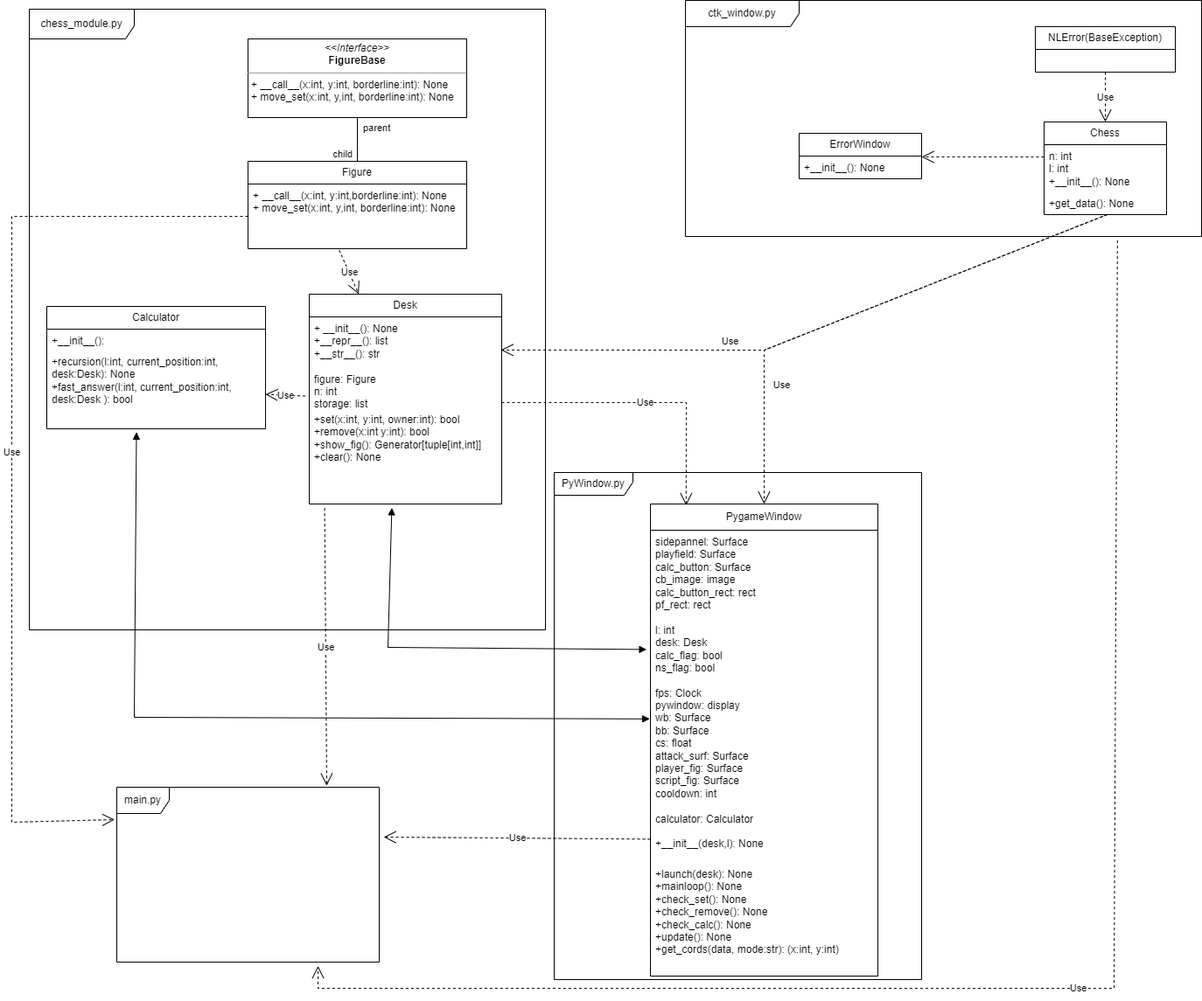
This is Second_Half/cours paper/UML.png from KobraTF/SMTU-first-course, a draw.io export, as it was before one commit. Source tidied: cells renumbered, new cells last; positions are measured from the earlier drawing's top-left corner, leaving out a move shared by most shapes. Source of this version:
```xml
<mxGraphModel>
  <root>
    <mxCell id="0" />
    <mxCell id="1" parent="0" />
    <mxCell id="2" value="&lt;p style=&quot;margin:0px;margin-top:4px;text-align:center;&quot;&gt;&lt;i&gt;&amp;lt;&amp;lt;Interface&amp;gt;&amp;gt;&lt;/i&gt;&lt;br&gt;&lt;b&gt;FigureBase&lt;/b&gt;&lt;/p&gt;&lt;hr size=&quot;1&quot;&gt;&lt;p style=&quot;margin:0px;margin-left:4px;&quot;&gt;+ __call__(x:int, y:int, borderline:int): None&lt;br&gt;+ move_set(x:int, y,int, borderline:int): None&lt;/p&gt;" style="verticalAlign=top;align=left;overflow=fill;fontSize=12;fontFamily=Helvetica;html=1;whiteSpace=wrap;points=[[0,0,0,0,0],[0,0.25,0,0,0],[0,0.5,0,0,0],[0,0.75,0,0,0],[0,1,0,0,0],[0.25,0,0,0,0],[0.25,1,0,0,0],[0.5,0,0,0,0],[0.5,1,0,0,0],[0.75,0,0,0,0],[0.75,1,0,0,0],[1,0,0,0,0],[1,0.25,0,0,0],[1,0.5,0,0,0],[1,0.75,0,0,0],[1,1,0,0,0]];" parent="1" vertex="1">
      <mxGeometry x="270" y="44" width="250" height="90" as="geometry" />
    </mxCell>
    <mxCell id="3" value="Figure" style="swimlane;fontStyle=0;horizontal=1;startSize=26;fillColor=none;whiteSpace=wrap;html=1;" parent="1" vertex="1">
      <mxGeometry x="270" y="184" width="250" height="100" as="geometry" />
    </mxCell>
    <mxCell id="4" value="+ __call__(x:int, y:int,borderline:int): None&lt;br&gt;+ move_set(x:int, y,int, borderline:int): None" style="text;strokeColor=none;fillColor=none;align=left;verticalAlign=top;spacingLeft=4;spacingRight=4;overflow=hidden;points=[[0,0.5],[1,0.5]];portConstraint=eastwest;whiteSpace=wrap;html=1;" parent="3" vertex="1">
      <mxGeometry y="26" width="250" height="74" as="geometry" />
    </mxCell>
    <mxCell id="5" value="Desk" style="swimlane;fontStyle=0;horizontal=1;startSize=26;fillColor=none;whiteSpace=wrap;html=1;" parent="1" vertex="1">
      <mxGeometry x="340" y="336" width="220" height="240" as="geometry" />
    </mxCell>
    <mxCell id="6" value="+ __init__(): None&lt;br&gt;+__repr__(): list&lt;br&gt;+__str__(): str&lt;br&gt;&lt;br&gt;figure: Figure&lt;br&gt;n: int&lt;br&gt;storage: list" style="text;strokeColor=none;fillColor=none;align=left;verticalAlign=top;spacingLeft=4;spacingRight=4;overflow=hidden;points=[[0,0.5],[1,0.5]];portConstraint=eastwest;whiteSpace=wrap;html=1;" parent="5" vertex="1">
      <mxGeometry y="26" width="220" height="104" as="geometry" />
    </mxCell>
    <mxCell id="7" value="+set(x:int, y:int, owner:int): bool&lt;br&gt;+remove(x:int y:int): bool&lt;br&gt;+show_fig(): Generator[tuple[int,int]]&lt;br&gt;+clear(): None" style="text;strokeColor=none;fillColor=none;align=left;verticalAlign=top;spacingLeft=4;spacingRight=4;overflow=hidden;points=[[0,0.5],[1,0.5]];portConstraint=eastwest;whiteSpace=wrap;html=1;" parent="5" vertex="1">
      <mxGeometry y="130" width="220" height="110" as="geometry" />
    </mxCell>
    <mxCell id="8" style="endArrow=none;html=1;edgeStyle=orthogonalEdgeStyle;rounded=0;" parent="1" edge="1" source="2" target="3">
      <mxGeometry relative="1" as="geometry" />
    </mxCell>
    <mxCell id="9" value="parent" style="edgeLabel;html=1;align=left;verticalAlign=bottom;" parent="8" vertex="1">
      <mxGeometry x="-1" relative="1" as="geometry">
        <mxPoint x="5" y="20" as="offset" />
      </mxGeometry>
    </mxCell>
    <mxCell id="10" value="child" style="edgeLabel;html=1;align=right;verticalAlign=bottom;" parent="8" vertex="1">
      <mxGeometry x="1" relative="1" as="geometry">
        <mxPoint x="-5" as="offset" />
      </mxGeometry>
    </mxCell>
    <mxCell id="11" value="Use" style="endArrow=open;endSize=12;dashed=1;html=1;rounded=0;exitX=0.417;exitY=1.023;exitDx=0;exitDy=0;exitPerimeter=0;" parent="1" edge="1" source="4" target="5">
      <mxGeometry relative="1" as="geometry" />
    </mxCell>
    <mxCell id="12" value="Calculator" style="swimlane;fontStyle=0;horizontal=1;startSize=26;fillColor=none;whiteSpace=wrap;html=1;" parent="1" vertex="1">
      <mxGeometry x="40" y="350" width="250" height="140" as="geometry" />
    </mxCell>
    <mxCell id="13" value="+__init__():" style="text;strokeColor=none;fillColor=none;align=left;verticalAlign=top;spacingLeft=4;spacingRight=4;overflow=hidden;whiteSpace=wrap;html=1;" parent="12" vertex="1">
      <mxGeometry y="26" width="250" height="24" as="geometry" />
    </mxCell>
    <mxCell id="14" value="+recursion(l:int, current_position:int, desk:Desk): None&lt;br&gt;+fast_answer(l:int, current_position:int, desk:Desk ): bool" style="text;strokeColor=none;fillColor=none;align=left;verticalAlign=top;spacingLeft=4;spacingRight=4;overflow=hidden;points=[[0,0.5],[1,0.5]];portConstraint=eastwest;whiteSpace=wrap;html=1;" parent="12" vertex="1">
      <mxGeometry y="50" width="250" height="90" as="geometry" />
    </mxCell>
    <mxCell id="15" value="chess_module.py" style="shape=umlFrame;whiteSpace=wrap;html=1;width=120;height=34;" parent="1" vertex="1">
      <mxGeometry x="20" y="10" width="590" height="710" as="geometry" />
    </mxCell>
    <mxCell id="16" value="ctk_window.py" style="shape=umlFrame;whiteSpace=wrap;html=1;width=130;height=30;" parent="1" vertex="1">
      <mxGeometry x="770" width="590" height="270" as="geometry" />
    </mxCell>
    <mxCell id="17" value="Chess" style="swimlane;fontStyle=0;horizontal=1;startSize=26;fillColor=none;whiteSpace=wrap;html=1;" parent="1" vertex="1">
      <mxGeometry x="1180" y="139" width="140" height="106" as="geometry" />
    </mxCell>
    <mxCell id="18" value="n: int&lt;br&gt;l: int&lt;br&gt;+__init__(): None" style="text;strokeColor=none;fillColor=none;align=left;verticalAlign=top;spacingLeft=4;spacingRight=4;overflow=hidden;whiteSpace=wrap;html=1;" parent="17" vertex="1">
      <mxGeometry y="26" width="140" height="54" as="geometry" />
    </mxCell>
    <mxCell id="19" style="html=1;verticalAlign=middle;endArrow=open;dashed=1;endSize=12;edgeStyle=elbowEdgeStyle;elbow=vertical;curved=0;rounded=0;endFill=1;" parent="17" edge="1" target="21">
      <mxGeometry relative="1" as="geometry">
        <mxPoint y="40" as="sourcePoint" />
      </mxGeometry>
    </mxCell>
    <mxCell id="20" value="+get_data(): None" style="text;strokeColor=none;fillColor=none;align=left;verticalAlign=top;spacingLeft=4;spacingRight=4;overflow=hidden;points=[[0,0.5],[1,0.5]];portConstraint=eastwest;whiteSpace=wrap;html=1;" parent="17" vertex="1">
      <mxGeometry y="80" width="140" height="26" as="geometry" />
    </mxCell>
    <mxCell id="21" value="ErrorWindow" style="swimlane;fontStyle=0;horizontal=1;startSize=26;fillColor=none;whiteSpace=wrap;html=1;" parent="1" vertex="1">
      <mxGeometry x="900" y="152" width="140" height="52" as="geometry" />
    </mxCell>
    <mxCell id="22" value="+__init__(): None" style="text;strokeColor=none;fillColor=none;align=left;verticalAlign=top;spacingLeft=4;spacingRight=4;overflow=hidden;whiteSpace=wrap;html=1;" parent="21" vertex="1">
      <mxGeometry y="26" width="140" height="26" as="geometry" />
    </mxCell>
    <mxCell id="23" value="NLError(BaseException)" style="swimlane;fontStyle=0;horizontal=1;startSize=26;fillColor=none;whiteSpace=wrap;html=1;" parent="1" vertex="1">
      <mxGeometry x="1170" y="30" width="160" height="52" as="geometry" />
    </mxCell>
    <mxCell id="24" value="PyWindow.py" style="shape=umlFrame;whiteSpace=wrap;html=1;width=90;height=26;" parent="1" vertex="1">
      <mxGeometry x="620" y="540" width="420" height="580" as="geometry" />
    </mxCell>
    <mxCell id="25" value="PygameWindow" style="swimlane;fontStyle=0;horizontal=1;startSize=30;fillColor=none;whiteSpace=wrap;html=1;" parent="1" vertex="1">
      <mxGeometry x="730" y="576" width="260" height="540" as="geometry" />
    </mxCell>
    <mxCell id="26" value="sidepannel: Surface&lt;br&gt;playfield: Surface&lt;br&gt;calc_button: Surface&lt;br&gt;cb_image: image&lt;br&gt;calc_button_rect: rect&lt;br&gt;pf_rect: rect&lt;br&gt;&lt;br&gt;l: int&lt;br&gt;desk: Desk&lt;br&gt;calc_flag: bool&lt;br&gt;ns_flag: bool&lt;br&gt;&lt;br&gt;fps: Clock&lt;br&gt;pywindow: display&lt;br&gt;wb: Surface&lt;br&gt;bb: Surface&lt;br&gt;cs: float&lt;br&gt;attack_surf: Surface&lt;br&gt;player_fig: Surface&lt;br&gt;script_fig: Surface&lt;br&gt;cooldown: int&lt;br&gt;&lt;br&gt;calculator: Calculator&lt;br&gt;&lt;br&gt;+__init__(desk,l): None&lt;br&gt;&lt;br&gt;&lt;br&gt;&lt;br&gt;" style="text;strokeColor=none;fillColor=none;align=left;verticalAlign=top;spacingLeft=4;spacingRight=4;overflow=hidden;points=[[0,0.5],[1,0.5]];portConstraint=eastwest;whiteSpace=wrap;html=1;" parent="25" vertex="1">
      <mxGeometry y="30" width="260" height="380" as="geometry" />
    </mxCell>
    <mxCell id="27" value="+launch(desk): None&lt;br&gt;+mainloop(): None&lt;br&gt;+check_set(): None&lt;br&gt;+check_remove(): None&lt;br&gt;+check_calc(): None&lt;br&gt;+update(): None&lt;br&gt;+get_cords(data, mode:str): (x:int, y:int)" style="text;strokeColor=none;fillColor=none;align=left;verticalAlign=top;spacingLeft=4;spacingRight=4;overflow=hidden;whiteSpace=wrap;html=1;" parent="25" vertex="1">
      <mxGeometry y="410" width="260" height="130" as="geometry" />
    </mxCell>
    <mxCell id="28" value="Use" style="endArrow=open;endSize=12;dashed=1;html=1;rounded=0;entryX=0.5;entryY=0;entryDx=0;entryDy=0;exitX=0.5;exitY=1;exitDx=0;exitDy=0;" parent="1" edge="1" source="23" target="17">
      <mxGeometry relative="1" as="geometry" />
    </mxCell>
    <mxCell id="29" value="Use" style="endArrow=open;endSize=12;dashed=1;html=1;rounded=0;exitX=0.512;exitY=1.006;exitDx=0;exitDy=0;exitPerimeter=0;entryX=0.5;entryY=0;entryDx=0;entryDy=0;" parent="1" edge="1" source="20" target="25">
      <mxGeometry x="0.54" y="20" relative="1" as="geometry">
        <Array as="points">
          <mxPoint x="860" y="400" />
        </Array>
      </mxGeometry>
    </mxCell>
    <mxCell id="30" value="Use" style="endArrow=open;endSize=12;dashed=1;html=1;rounded=0;exitX=0.521;exitY=0.989;exitDx=0;exitDy=0;exitPerimeter=0;entryX=0.996;entryY=0.364;entryDx=0;entryDy=0;entryPerimeter=0;" parent="1" edge="1" source="20" target="6">
      <mxGeometry x="0.28" y="-10" relative="1" as="geometry">
        <Array as="points">
          <mxPoint x="860" y="400" />
        </Array>
      </mxGeometry>
    </mxCell>
    <mxCell id="31" value="Use" style="endArrow=open;endSize=12;dashed=1;html=1;rounded=0;entryX=0.157;entryY=0.003;entryDx=0;entryDy=0;entryPerimeter=0;" parent="1" edge="1" target="25">
      <mxGeometry relative="1" as="geometry">
        <mxPoint x="560" y="460" as="sourcePoint" />
        <Array as="points">
          <mxPoint x="771" y="460" />
        </Array>
      </mxGeometry>
    </mxCell>
    <mxCell id="32" value="Use" style="endArrow=open;endSize=12;dashed=1;html=1;rounded=0;exitX=-0.02;exitY=0.871;exitDx=0;exitDy=0;exitPerimeter=0;" parent="1" edge="1" source="6" target="14">
      <mxGeometry relative="1" as="geometry" />
    </mxCell>
    <mxCell id="33" style="endArrow=block;startArrow=block;endFill=1;startFill=1;html=1;rounded=0;exitX=0.41;exitY=1.043;exitDx=0;exitDy=0;exitPerimeter=0;entryX=-0.003;entryY=0.568;entryDx=0;entryDy=0;entryPerimeter=0;" parent="1" edge="1" source="14" target="26">
      <mxGeometry relative="1" as="geometry">
        <Array as="points">
          <mxPoint x="140" y="820" />
        </Array>
      </mxGeometry>
    </mxCell>
    <mxCell id="34" style="endArrow=block;startArrow=block;endFill=1;startFill=1;html=1;rounded=0;exitX=0.429;exitY=1.04;exitDx=0;exitDy=0;exitPerimeter=0;entryX=-0.017;entryY=0.359;entryDx=0;entryDy=0;entryPerimeter=0;" parent="1" edge="1" source="7" target="26">
      <mxGeometry relative="1" as="geometry">
        <Array as="points">
          <mxPoint x="430" y="740" />
        </Array>
      </mxGeometry>
    </mxCell>
    <mxCell id="35" value="main.py" style="shape=umlFrame;whiteSpace=wrap;html=1;" parent="1" vertex="1">
      <mxGeometry x="120" y="900" width="300" height="200" as="geometry" />
    </mxCell>
    <mxCell id="36" value="Use" style="endArrow=open;endSize=12;dashed=1;html=1;rounded=0;exitX=0;exitY=0.5;exitDx=0;exitDy=0;entryX=-0.008;entryY=0.185;entryDx=0;entryDy=0;entryPerimeter=0;" parent="1" edge="1" source="4" target="35">
      <mxGeometry relative="1" as="geometry">
        <Array as="points">
          <mxPoint y="247" />
          <mxPoint y="940" />
        </Array>
      </mxGeometry>
    </mxCell>
    <mxCell id="37" value="Use" style="endArrow=open;endSize=12;dashed=1;html=1;rounded=0;exitX=0.08;exitY=1.043;exitDx=0;exitDy=0;exitPerimeter=0;entryX=0.8;entryY=-0.009;entryDx=0;entryDy=0;entryPerimeter=0;" parent="1" edge="1" source="7" target="35">
      <mxGeometry relative="1" as="geometry" />
    </mxCell>
    <mxCell id="38" value="Use" style="endArrow=open;endSize=12;dashed=1;html=1;rounded=0;exitX=0;exitY=0.93;exitDx=0;exitDy=0;exitPerimeter=0;entryX=1.017;entryY=0.285;entryDx=0;entryDy=0;entryPerimeter=0;" parent="1" edge="1" source="26" target="35">
      <mxGeometry relative="1" as="geometry" />
    </mxCell>
    <mxCell id="39" value="Use" style="endArrow=open;endSize=12;dashed=1;html=1;rounded=0;exitX=0.837;exitY=1.017;exitDx=0;exitDy=0;exitPerimeter=0;entryX=0.767;entryY=1.022;entryDx=0;entryDy=0;entryPerimeter=0;" parent="1" edge="1" source="16" target="35">
      <mxGeometry relative="1" as="geometry">
        <Array as="points">
          <mxPoint x="1260" y="1130" />
          <mxPoint x="350" y="1130" />
        </Array>
      </mxGeometry>
    </mxCell>
  </root>
</mxGraphModel>
```
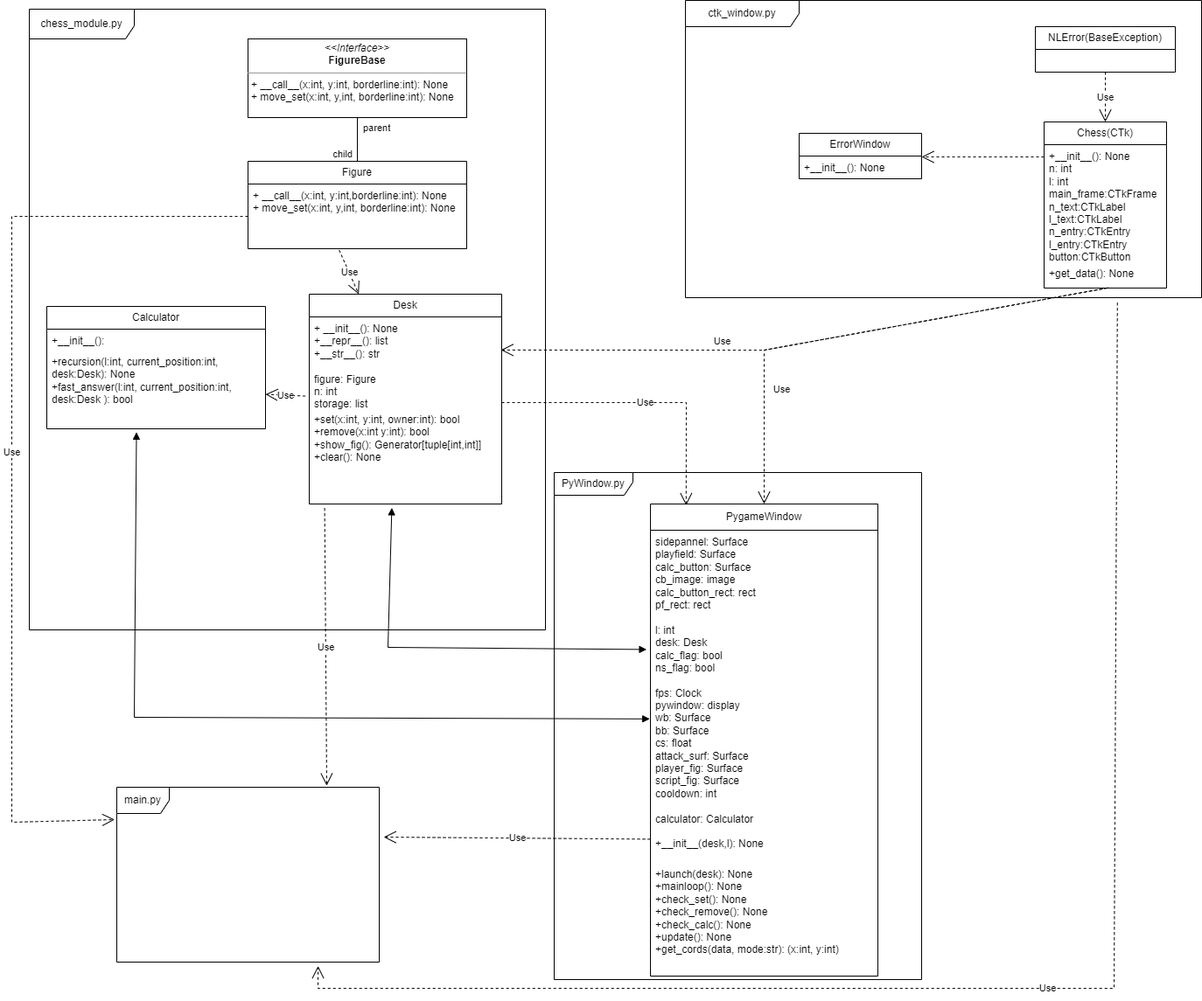
Later version of the same file.

Diff of the diagram source:
```diff
@@ -49,13 +49,13 @@
       <mxGeometry x="20" y="10" width="590" height="710" as="geometry" />
     </mxCell>
     <mxCell id="16" value="ctk_window.py" style="shape=umlFrame;whiteSpace=wrap;html=1;width=130;height=30;" parent="1" vertex="1">
-      <mxGeometry x="770" width="590" height="270" as="geometry" />
+      <mxGeometry x="770" width="590" height="340" as="geometry" />
     </mxCell>
-    <mxCell id="17" value="Chess" style="swimlane;fontStyle=0;horizontal=1;startSize=26;fillColor=none;whiteSpace=wrap;html=1;" parent="1" vertex="1">
-      <mxGeometry x="1180" y="139" width="140" height="106" as="geometry" />
+    <mxCell id="17" value="Chess(CTk)" style="swimlane;fontStyle=0;horizontal=1;startSize=26;fillColor=none;whiteSpace=wrap;html=1;" parent="1" vertex="1">
+      <mxGeometry x="1180" y="139" width="140" height="190" as="geometry" />
     </mxCell>
-    <mxCell id="18" value="n: int&lt;br&gt;l: int&lt;br&gt;+__init__(): None" style="text;strokeColor=none;fillColor=none;align=left;verticalAlign=top;spacingLeft=4;spacingRight=4;overflow=hidden;whiteSpace=wrap;html=1;" parent="17" vertex="1">
-      <mxGeometry y="26" width="140" height="54" as="geometry" />
+    <mxCell id="18" value="+__init__(): None&lt;br&gt;n: int&lt;br&gt;l: int&lt;br&gt;main_frame:CTkFrame&lt;br&gt;n_text:CTkLabel&lt;br&gt;l_text:CTkLabel&lt;br&gt;n_entry:CTkEntry&lt;br&gt;l_entry:CTkEntry&lt;br&gt;button:CTkButton" style="text;strokeColor=none;fillColor=none;align=left;verticalAlign=top;spacingLeft=4;spacingRight=4;overflow=hidden;whiteSpace=wrap;html=1;" parent="17" vertex="1">
+      <mxGeometry y="26" width="140" height="134" as="geometry" />
     </mxCell>
     <mxCell id="19" style="html=1;verticalAlign=middle;endArrow=open;dashed=1;endSize=12;edgeStyle=elbowEdgeStyle;elbow=vertical;curved=0;rounded=0;endFill=1;" parent="17" edge="1" target="21">
       <mxGeometry relative="1" as="geometry">
@@ -63,7 +63,7 @@
       </mxGeometry>
     </mxCell>
     <mxCell id="20" value="+get_data(): None" style="text;strokeColor=none;fillColor=none;align=left;verticalAlign=top;spacingLeft=4;spacingRight=4;overflow=hidden;points=[[0,0.5],[1,0.5]];portConstraint=eastwest;whiteSpace=wrap;html=1;" parent="17" vertex="1">
-      <mxGeometry y="80" width="140" height="26" as="geometry" />
+      <mxGeometry y="160" width="140" height="30" as="geometry" />
     </mxCell>
     <mxCell id="21" value="ErrorWindow" style="swimlane;fontStyle=0;horizontal=1;startSize=26;fillColor=none;whiteSpace=wrap;html=1;" parent="1" vertex="1">
       <mxGeometry x="900" y="152" width="140" height="52" as="geometry" />
```
